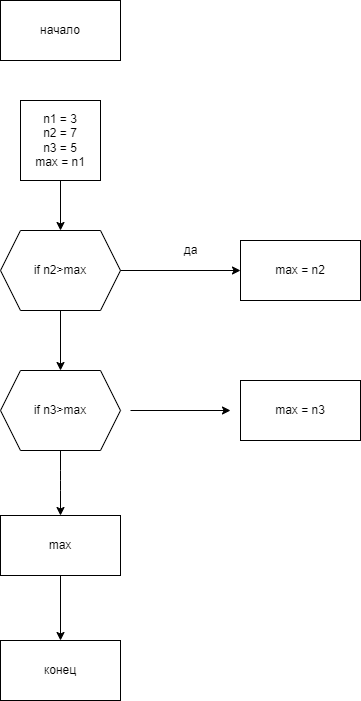
Above: task2/diagrak.drawio.png in OksVella/Seminar1_tasks (draw.io), before the change. Source tidied: cells renumbered, new cells last; positions are measured from the earlier drawing's top-left corner, leaving out a move shared by most shapes. Source of this version:
```xml
<mxGraphModel>
  <root>
    <mxCell id="0" />
    <mxCell id="1" parent="0" />
    <mxCell id="2" value="начало" style="rounded=0;whiteSpace=wrap;html=1;" parent="1" vertex="1">
      <mxGeometry width="120" height="60" as="geometry" />
    </mxCell>
    <mxCell id="3" value="n1 = 3&lt;br&gt;n2 = 7&lt;br&gt;n3 = 5&lt;br&gt;max = n1" style="whiteSpace=wrap;html=1;" parent="1" vertex="1">
      <mxGeometry x="20" y="100" width="80" height="80" as="geometry" />
    </mxCell>
    <mxCell id="4" value="if n2&amp;gt;max" style="shape=hexagon;perimeter=hexagonPerimeter2;whiteSpace=wrap;html=1;fixedSize=1;" parent="1" vertex="1">
      <mxGeometry y="230" width="120" height="80" as="geometry" />
    </mxCell>
    <mxCell id="5" value="max = n2" style="rounded=0;whiteSpace=wrap;html=1;" parent="1" vertex="1">
      <mxGeometry x="240" y="240" width="120" height="60" as="geometry" />
    </mxCell>
    <mxCell id="6" value="if n3&amp;gt;max" style="shape=hexagon;perimeter=hexagonPerimeter2;whiteSpace=wrap;html=1;fixedSize=1;" parent="1" vertex="1">
      <mxGeometry y="370" width="120" height="80" as="geometry" />
    </mxCell>
    <mxCell id="7" value="max = n3" style="rounded=0;whiteSpace=wrap;html=1;" parent="1" vertex="1">
      <mxGeometry x="240" y="380" width="120" height="60" as="geometry" />
    </mxCell>
    <mxCell id="8" style="endArrow=classic;html=1;exitX=0.5;exitY=1;exitDx=0;exitDy=0;entryX=0.5;entryY=0;entryDx=0;entryDy=0;" parent="1" edge="1" source="3" target="4">
      <mxGeometry relative="1" as="geometry" />
    </mxCell>
    <mxCell id="9" style="endArrow=classic;html=1;exitX=1;exitY=0.5;exitDx=0;exitDy=0;entryX=0;entryY=0.5;entryDx=0;entryDy=0;" parent="1" edge="1" source="4" target="5">
      <mxGeometry relative="1" as="geometry" />
    </mxCell>
    <mxCell id="10" value="да" style="text;html=1;align=center;verticalAlign=middle;strokeColor=none;fillColor=none;" parent="1" vertex="1">
      <mxGeometry x="175" y="240" width="30" height="20" as="geometry" />
    </mxCell>
    <mxCell id="11" style="endArrow=classic;html=1;entryX=0.5;entryY=0;entryDx=0;entryDy=0;exitX=0.5;exitY=1;exitDx=0;exitDy=0;" parent="1" edge="1" source="4" target="6">
      <mxGeometry relative="1" as="geometry" />
    </mxCell>
    <mxCell id="12" style="endArrow=classic;html=1;" parent="1" edge="1">
      <mxGeometry relative="1" as="geometry">
        <mxPoint x="130" y="410" as="sourcePoint" />
        <mxPoint x="230" y="410" as="targetPoint" />
      </mxGeometry>
    </mxCell>
    <mxCell id="13" value="max" style="rounded=0;whiteSpace=wrap;html=1;" parent="1" vertex="1">
      <mxGeometry y="515" width="120" height="60" as="geometry" />
    </mxCell>
    <mxCell id="14" style="endArrow=classic;html=1;exitX=0.5;exitY=1;exitDx=0;exitDy=0;entryX=0.5;entryY=0;entryDx=0;entryDy=0;" parent="1" edge="1" source="6" target="13">
      <mxGeometry relative="1" as="geometry">
        <Array as="points">
          <mxPoint x="60" y="480" />
        </Array>
      </mxGeometry>
    </mxCell>
    <mxCell id="15" value="конец" style="rounded=0;whiteSpace=wrap;html=1;" parent="1" vertex="1">
      <mxGeometry y="640" width="120" height="60" as="geometry" />
    </mxCell>
    <mxCell id="16" style="endArrow=classic;html=1;exitX=0.5;exitY=1;exitDx=0;exitDy=0;entryX=0.5;entryY=0;entryDx=0;entryDy=0;" parent="1" edge="1" source="13" target="15">
      <mxGeometry relative="1" as="geometry" />
    </mxCell>
  </root>
</mxGraphModel>
```
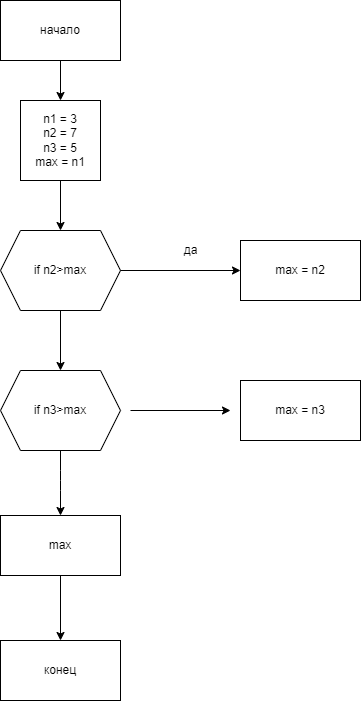
The same diagram one commit later.

The edit, as a diff of the source:
```diff
@@ -54,5 +54,8 @@
     <mxCell id="16" style="endArrow=classic;html=1;exitX=0.5;exitY=1;exitDx=0;exitDy=0;entryX=0.5;entryY=0;entryDx=0;entryDy=0;" parent="1" edge="1" source="13" target="15">
       <mxGeometry relative="1" as="geometry" />
     </mxCell>
+    <mxCell id="17" style="endArrow=classic;html=1;exitX=0.5;exitY=1;exitDx=0;exitDy=0;entryX=0.5;entryY=0;entryDx=0;entryDy=0;" parent="1" edge="1" source="2" target="3">
+      <mxGeometry relative="1" as="geometry" />
+    </mxCell>
   </root>
 </mxGraphModel>
```
